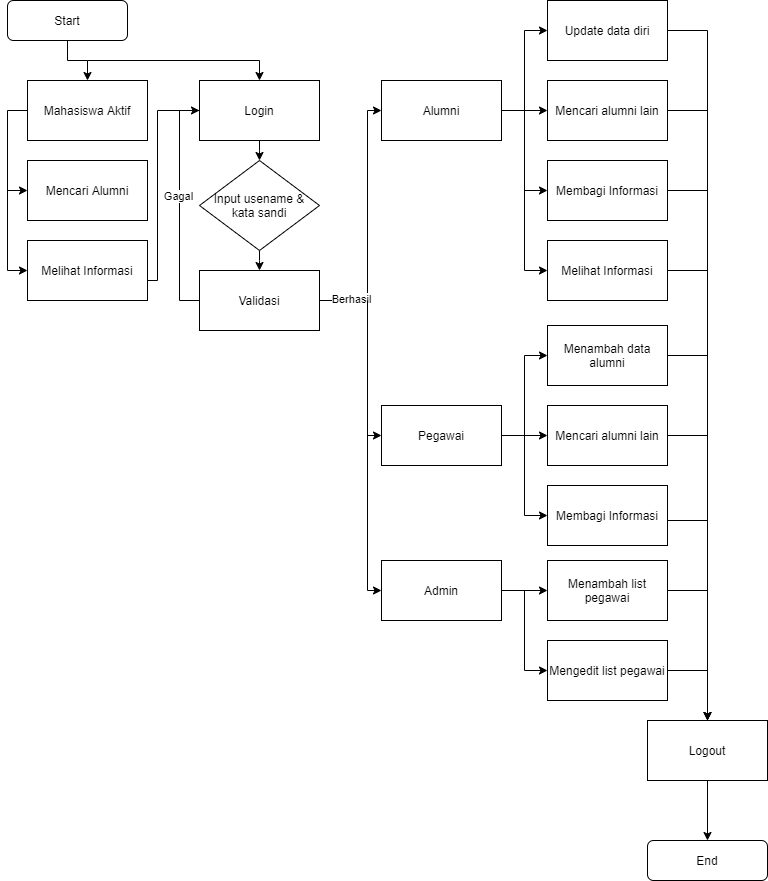
Above: flowchart.png in DwikiAffandi/flowchart (draw.io), before the change. Source tidied: cells renumbered, new cells last; positions are measured from the earlier drawing's top-left corner, leaving out a move shared by most shapes.
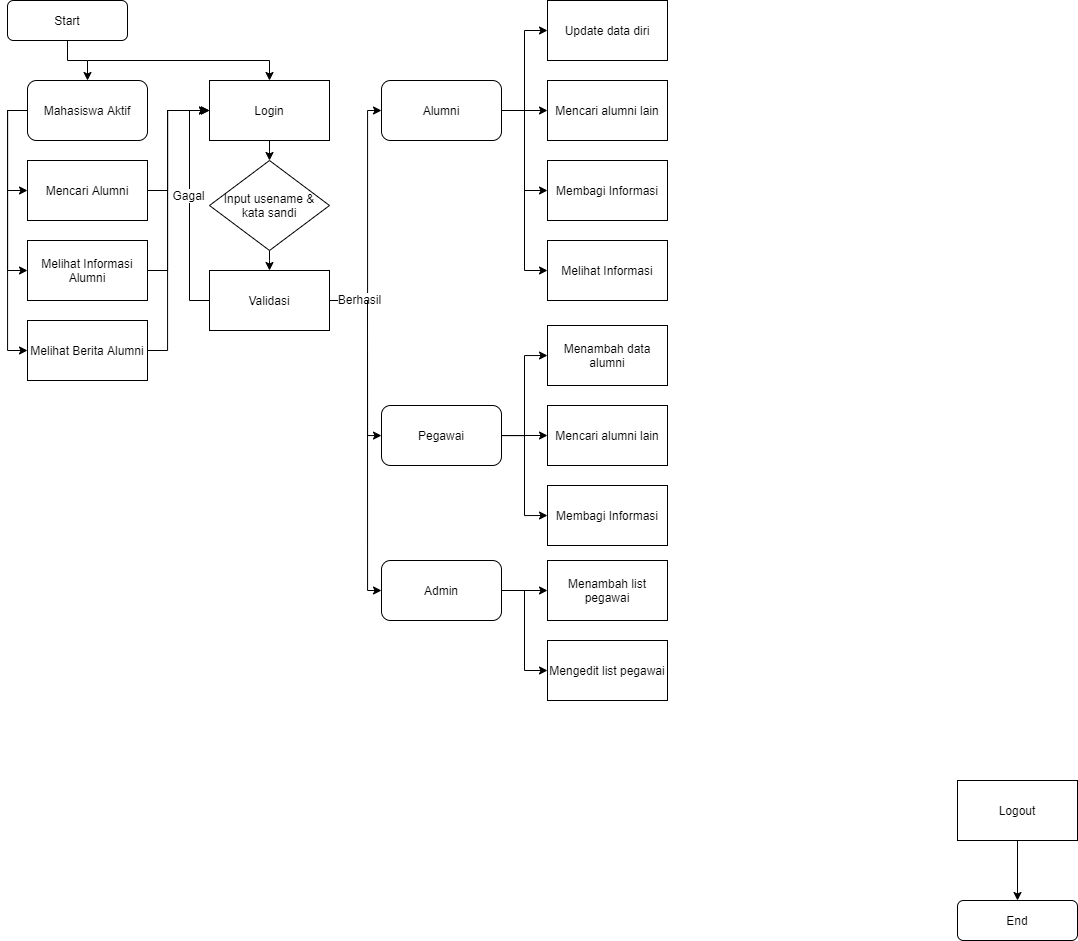
Later version of the same file.

Diff of the diagram source:
```diff
@@ -16,19 +16,27 @@
         </Array>
       </mxGeometry>
     </mxCell>
+    <mxCell id="55" style="edgeStyle=orthogonalEdgeStyle;rounded=0;jettySize=auto;html=1;entryX=0;entryY=0.5;entryDx=0;entryDy=0;" parent="1" edge="1" source="5" target="59">
+      <mxGeometry relative="1" as="geometry">
+        <Array as="points">
+          <mxPoint y="110" />
+          <mxPoint y="350" />
+        </Array>
+      </mxGeometry>
+    </mxCell>
-    <mxCell id="5" value="Mahasiswa Aktif" style="rounded=0;whiteSpace=wrap;html=1;" parent="1" vertex="1">
+    <mxCell id="5" value="Mahasiswa Aktif" style="rounded=1;whiteSpace=wrap;html=1;" parent="1" vertex="1">
       <mxGeometry x="20" y="80" width="120" height="60" as="geometry" />
     </mxCell>
-    <mxCell id="6" style="edgeStyle=orthogonalEdgeStyle;rounded=0;jettySize=auto;html=1;" parent="1" edge="1" source="7">
-      <mxGeometry relative="1" as="geometry">
-        <mxPoint x="210" y="110" as="targetPoint" />
-        <Array as="points">
-          <mxPoint x="150" y="280" />
-          <mxPoint x="150" y="110" />
-        </Array>
-      </mxGeometry>
-    </mxCell>
+    <mxCell id="56" style="edgeStyle=orthogonalEdgeStyle;rounded=0;jettySize=auto;html=1;" parent="1" edge="1" source="7">
+      <mxGeometry relative="1" as="geometry">
+        <mxPoint x="200" y="110" as="targetPoint" />
+        <Array as="points">
+          <mxPoint x="160" y="270" />
+          <mxPoint x="160" y="110" />
+        </Array>
+      </mxGeometry>
+    </mxCell>
-    <mxCell id="7" value="Melihat Informasi" style="rounded=0;whiteSpace=wrap;html=1;" parent="1" vertex="1">
+    <mxCell id="7" value="Melihat Informasi Alumni" style="rounded=0;whiteSpace=wrap;html=1;" parent="1" vertex="1">
       <mxGeometry x="20" y="240" width="120" height="60" as="geometry" />
     </mxCell>
     <mxCell id="8" style="edgeStyle=elbowEdgeStyle;rounded=0;jettySize=auto;elbow=vertical;html=1;entryX=0.5;entryY=0;entryDx=0;entryDy=0;" parent="1" edge="1" target="10">
@@ -43,16 +51,16 @@
       <mxGeometry relative="1" as="geometry" />
     </mxCell>
     <mxCell id="10" value="Login" style="rounded=0;whiteSpace=wrap;html=1;" parent="1" vertex="1">
-      <mxGeometry x="192" y="80" width="120" height="60" as="geometry" />
+      <mxGeometry x="202" y="80" width="120" height="60" as="geometry" />
     </mxCell>
     <mxCell id="11" style="edgeStyle=elbowEdgeStyle;rounded=0;jettySize=auto;elbow=vertical;html=1;entryX=0;entryY=0.5;entryDx=0;entryDy=0;" parent="1" edge="1" source="15" target="10">
       <mxGeometry relative="1" as="geometry">
         <Array as="points">
-          <mxPoint x="172" y="190" />
+          <mxPoint x="182" y="190" />
         </Array>
       </mxGeometry>
     </mxCell>
-    <mxCell id="12" value="Gagal" style="edgeLabel;html=1;align=center;verticalAlign=middle;" parent="11" vertex="1">
+    <mxCell id="12" value="Gagal" style="edgeLabel;html=1;align=center;verticalAlign=middle;fontSize=12;" parent="11" vertex="1">
       <mxGeometry x="0.09" y="2" relative="1" as="geometry" />
     </mxCell>
     <mxCell id="13" style="edgeStyle=orthogonalEdgeStyle;rounded=0;jettySize=auto;html=1;entryX=0;entryY=0.5;entryDx=0;entryDy=0;" parent="1" edge="1" source="15" target="24">
@@ -63,23 +71,32 @@
         </Array>
       </mxGeometry>
     </mxCell>
-    <mxCell id="14" value="Berhasil" style="edgeLabel;html=1;align=center;verticalAlign=middle;" parent="13" vertex="1">
+    <mxCell id="14" value="Berhasil" style="edgeLabel;html=1;align=center;verticalAlign=middle;fontSize=12;" parent="13" vertex="1">
       <mxGeometry x="-0.75" y="2" relative="1" as="geometry" />
     </mxCell>
     <mxCell id="15" value="Validasi" style="rounded=0;whiteSpace=wrap;html=1;" parent="1" vertex="1">
-      <mxGeometry x="192" y="270" width="120" height="60" as="geometry" />
+      <mxGeometry x="202" y="270" width="120" height="60" as="geometry" />
     </mxCell>
     <mxCell id="16" style="edgeStyle=elbowEdgeStyle;rounded=0;jettySize=auto;elbow=vertical;html=1;" parent="1" edge="1" source="17" target="15">
       <mxGeometry relative="1" as="geometry" />
     </mxCell>
     <mxCell id="17" value="Input usename &amp;amp;&lt;br&gt;kata sandi" style="rhombus;whiteSpace=wrap;html=1;" parent="1" vertex="1">
-      <mxGeometry x="192" y="160" width="120" height="90" as="geometry" />
+      <mxGeometry x="202" y="160" width="120" height="90" as="geometry" />
     </mxCell>
     <mxCell id="18" style="edgeStyle=orthogonalEdgeStyle;rounded=0;jettySize=auto;html=1;exitX=0;exitY=0.5;exitDx=0;exitDy=0;entryX=0;entryY=0.5;entryDx=0;entryDy=0;" parent="1" edge="1" target="19">
       <mxGeometry relative="1" as="geometry">
         <mxPoint y="190" as="sourcePoint" />
       </mxGeometry>
     </mxCell>
+    <mxCell id="57" style="edgeStyle=orthogonalEdgeStyle;rounded=0;jettySize=auto;html=1;" parent="1" edge="1" source="19">
+      <mxGeometry relative="1" as="geometry">
+        <mxPoint x="200" y="110" as="targetPoint" />
+        <Array as="points">
+          <mxPoint x="160" y="190" />
+          <mxPoint x="160" y="110" />
+        </Array>
+      </mxGeometry>
+    </mxCell>
     <mxCell id="19" value="Mencari Alumni" style="rounded=0;whiteSpace=wrap;html=1;" parent="1" vertex="1">
       <mxGeometry x="20" y="160" width="120" height="60" as="geometry" />
     </mxCell>
@@ -95,32 +112,15 @@
     <mxCell id="23" style="edgeStyle=orthogonalEdgeStyle;rounded=0;jettySize=auto;html=1;entryX=0;entryY=0.5;entryDx=0;entryDy=0;" parent="1" edge="1" source="24" target="51">
       <mxGeometry relative="1" as="geometry" />
     </mxCell>
-    <mxCell id="24" value="Alumni" style="rounded=0;whiteSpace=wrap;html=1;" parent="1" vertex="1">
+    <mxCell id="24" value="Alumni" style="rounded=1;whiteSpace=wrap;html=1;" parent="1" vertex="1">
       <mxGeometry x="374" y="80" width="120" height="60" as="geometry" />
     </mxCell>
-    <mxCell id="25" style="edgeStyle=orthogonalEdgeStyle;rounded=0;jettySize=auto;html=1;entryX=0.5;entryY=0;entryDx=0;entryDy=0;" parent="1" edge="1" source="26" target="53">
-      <mxGeometry relative="1" as="geometry">
-        <Array as="points">
-          <mxPoint x="700" y="190" />
-        </Array>
-      </mxGeometry>
-    </mxCell>
     <mxCell id="26" value="Membagi Informasi" style="rounded=0;whiteSpace=wrap;html=1;" parent="1" vertex="1">
       <mxGeometry x="540" y="160" width="120" height="60" as="geometry" />
     </mxCell>
-    <mxCell id="27" style="edgeStyle=orthogonalEdgeStyle;rounded=0;jettySize=auto;html=1;" parent="1" edge="1" source="28">
-      <mxGeometry relative="1" as="geometry">
-        <mxPoint x="700" y="760" as="targetPoint" />
-      </mxGeometry>
-    </mxCell>
     <mxCell id="28" value="Mencari alumni lain" style="rounded=0;whiteSpace=wrap;html=1;" parent="1" vertex="1">
       <mxGeometry x="540" y="80" width="120" height="60" as="geometry" />
     </mxCell>
-    <mxCell id="29" style="edgeStyle=orthogonalEdgeStyle;rounded=0;jettySize=auto;html=1;" parent="1" edge="1" source="30">
-      <mxGeometry relative="1" as="geometry">
-        <mxPoint x="700" y="760" as="targetPoint" />
-      </mxGeometry>
-    </mxCell>
     <mxCell id="30" value="Update data diri" style="rounded=0;whiteSpace=wrap;html=1;" parent="1" vertex="1">
       <mxGeometry x="540" width="120" height="60" as="geometry" />
     </mxCell>
@@ -141,33 +141,15 @@
         </Array>
       </mxGeometry>
     </mxCell>
-    <mxCell id="35" value="Pegawai" style="rounded=0;whiteSpace=wrap;html=1;" parent="1" vertex="1">
+    <mxCell id="35" value="Pegawai" style="rounded=1;whiteSpace=wrap;html=1;" parent="1" vertex="1">
       <mxGeometry x="374" y="405" width="120" height="60" as="geometry" />
     </mxCell>
-    <mxCell id="36" style="edgeStyle=orthogonalEdgeStyle;rounded=0;jettySize=auto;html=1;entryX=0.5;entryY=0;entryDx=0;entryDy=0;" parent="1" edge="1" source="37" target="53">
-      <mxGeometry relative="1" as="geometry">
-        <Array as="points">
-          <mxPoint x="600" y="520" />
-          <mxPoint x="700" y="520" />
-        </Array>
-      </mxGeometry>
-    </mxCell>
     <mxCell id="37" value="Membagi Informasi" style="rounded=0;whiteSpace=wrap;html=1;" parent="1" vertex="1">
       <mxGeometry x="540" y="485" width="120" height="60" as="geometry" />
     </mxCell>
-    <mxCell id="38" style="edgeStyle=orthogonalEdgeStyle;rounded=0;jettySize=auto;html=1;" parent="1" edge="1" source="39">
-      <mxGeometry relative="1" as="geometry">
-        <mxPoint x="700" y="760" as="targetPoint" />
-      </mxGeometry>
-    </mxCell>
     <mxCell id="39" value="Mencari alumni lain" style="rounded=0;whiteSpace=wrap;html=1;" parent="1" vertex="1">
       <mxGeometry x="540" y="405" width="120" height="60" as="geometry" />
     </mxCell>
-    <mxCell id="40" style="edgeStyle=orthogonalEdgeStyle;rounded=0;jettySize=auto;html=1;" parent="1" edge="1" source="41">
-      <mxGeometry relative="1" as="geometry">
-        <mxPoint x="700" y="760" as="targetPoint" />
-      </mxGeometry>
-    </mxCell>
     <mxCell id="41" value="Menambah data alumni" style="rounded=0;whiteSpace=wrap;html=1;" parent="1" vertex="1">
       <mxGeometry x="540" y="325" width="120" height="60" as="geometry" />
     </mxCell>
@@ -185,32 +167,15 @@
         </Array>
       </mxGeometry>
     </mxCell>
-    <mxCell id="45" value="Admin" style="rounded=0;whiteSpace=wrap;html=1;" parent="1" vertex="1">
+    <mxCell id="45" value="Admin" style="rounded=1;whiteSpace=wrap;html=1;" parent="1" vertex="1">
       <mxGeometry x="374" y="560" width="120" height="60" as="geometry" />
     </mxCell>
-    <mxCell id="46" style="edgeStyle=orthogonalEdgeStyle;rounded=0;jettySize=auto;html=1;" parent="1" edge="1" source="47" target="53">
-      <mxGeometry relative="1" as="geometry">
-        <Array as="points">
-          <mxPoint x="700" y="670" />
-        </Array>
-      </mxGeometry>
-    </mxCell>
     <mxCell id="47" value="Mengedit list pegawai" style="rounded=0;whiteSpace=wrap;html=1;" parent="1" vertex="1">
       <mxGeometry x="540" y="640" width="120" height="60" as="geometry" />
     </mxCell>
-    <mxCell id="48" style="edgeStyle=orthogonalEdgeStyle;rounded=0;jettySize=auto;html=1;" parent="1" edge="1" source="49">
-      <mxGeometry relative="1" as="geometry">
-        <mxPoint x="700" y="760" as="targetPoint" />
-      </mxGeometry>
-    </mxCell>
     <mxCell id="49" value="Menambah list pegawai" style="rounded=0;whiteSpace=wrap;html=1;" parent="1" vertex="1">
       <mxGeometry x="540" y="560" width="120" height="60" as="geometry" />
     </mxCell>
-    <mxCell id="50" style="edgeStyle=orthogonalEdgeStyle;rounded=0;jettySize=auto;html=1;" parent="1" edge="1" source="51">
-      <mxGeometry relative="1" as="geometry">
-        <mxPoint x="700" y="760" as="targetPoint" />
-      </mxGeometry>
-    </mxCell>
     <mxCell id="51" value="Melihat Informasi" style="rounded=0;whiteSpace=wrap;html=1;" parent="1" vertex="1">
       <mxGeometry x="540" y="240" width="120" height="60" as="geometry" />
     </mxCell>
@@ -218,10 +183,21 @@
       <mxGeometry relative="1" as="geometry" />
     </mxCell>
     <mxCell id="53" value="Logout" style="rounded=0;whiteSpace=wrap;html=1;" parent="1" vertex="1">
-      <mxGeometry x="640" y="720" width="120" height="60" as="geometry" />
+      <mxGeometry x="950" y="780" width="120" height="60" as="geometry" />
     </mxCell>
     <mxCell id="54" value="End" style="rounded=1;whiteSpace=wrap;html=1;" parent="1" vertex="1">
-      <mxGeometry x="640" y="840" width="120" height="40" as="geometry" />
+      <mxGeometry x="950" y="900" width="120" height="40" as="geometry" />
     </mxCell>
+    <mxCell id="58" style="edgeStyle=orthogonalEdgeStyle;rounded=0;jettySize=auto;html=1;entryX=0;entryY=0.5;entryDx=0;entryDy=0;" parent="1" edge="1" source="59" target="10">
+      <mxGeometry relative="1" as="geometry">
+        <Array as="points">
+          <mxPoint x="160" y="350" />
+          <mxPoint x="160" y="110" />
+        </Array>
+      </mxGeometry>
+    </mxCell>
+    <mxCell id="59" value="Melihat Berita Alumni" style="rounded=0;whiteSpace=wrap;html=1;" parent="1" vertex="1">
+      <mxGeometry x="20" y="320" width="120" height="60" as="geometry" />
+    </mxCell>
   </root>
 </mxGraphModel>
```
